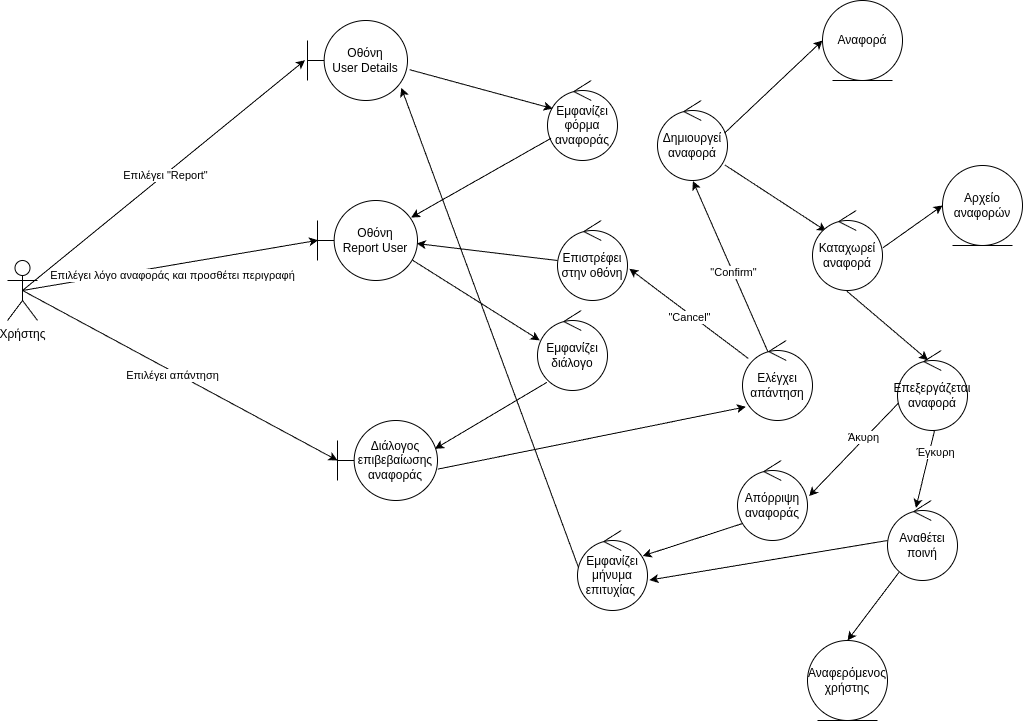
Earlier version of the draw.io export reports/use-cases/report-user-robustness.drawio.png (YannisRavasopoulos/ProjectSD_S6). Source tidied: cells renumbered, new cells last; positions are measured from the earlier drawing's top-left corner, leaving out a move shared by most shapes.
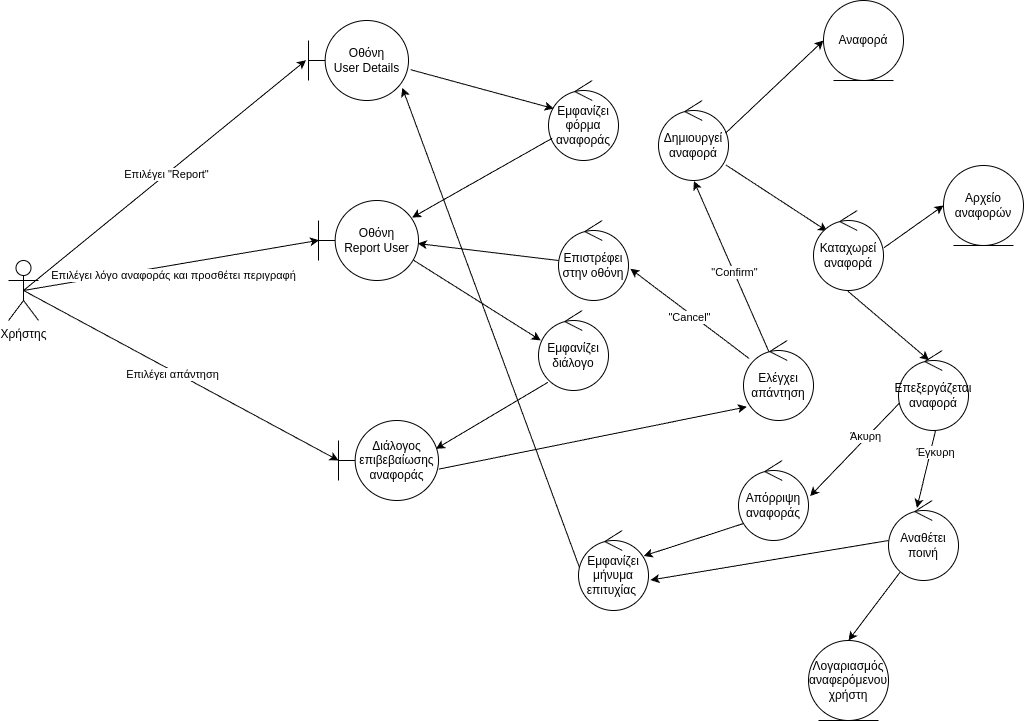
After the commit.

Commit message:
Minor updates to report-user

What changed in the source:
```diff
@@ -90,7 +90,7 @@
         <mxPoint x="7" as="offset" />
       </mxGeometry>
     </mxCell>
-    <mxCell id="30" value="Αναφερόμενος&lt;br&gt;χρήστης" style="ellipse;shape=umlEntity;whiteSpace=wrap;html=1;" parent="1" vertex="1">
+    <mxCell id="30" value="Λογαριασμός αναφερόμενου&lt;br&gt;χρήστη" style="ellipse;shape=umlEntity;whiteSpace=wrap;html=1;" parent="1" vertex="1">
       <mxGeometry x="800" y="640" width="80" height="80" as="geometry" />
     </mxCell>
     <mxCell id="31" style="endArrow=classic;html=1;rounded=0;exitX=0.165;exitY=0.897;exitDx=0;exitDy=0;exitPerimeter=0;entryX=0.5;entryY=0;entryDx=0;entryDy=0;" parent="1" edge="1" source="27" target="30">
```
